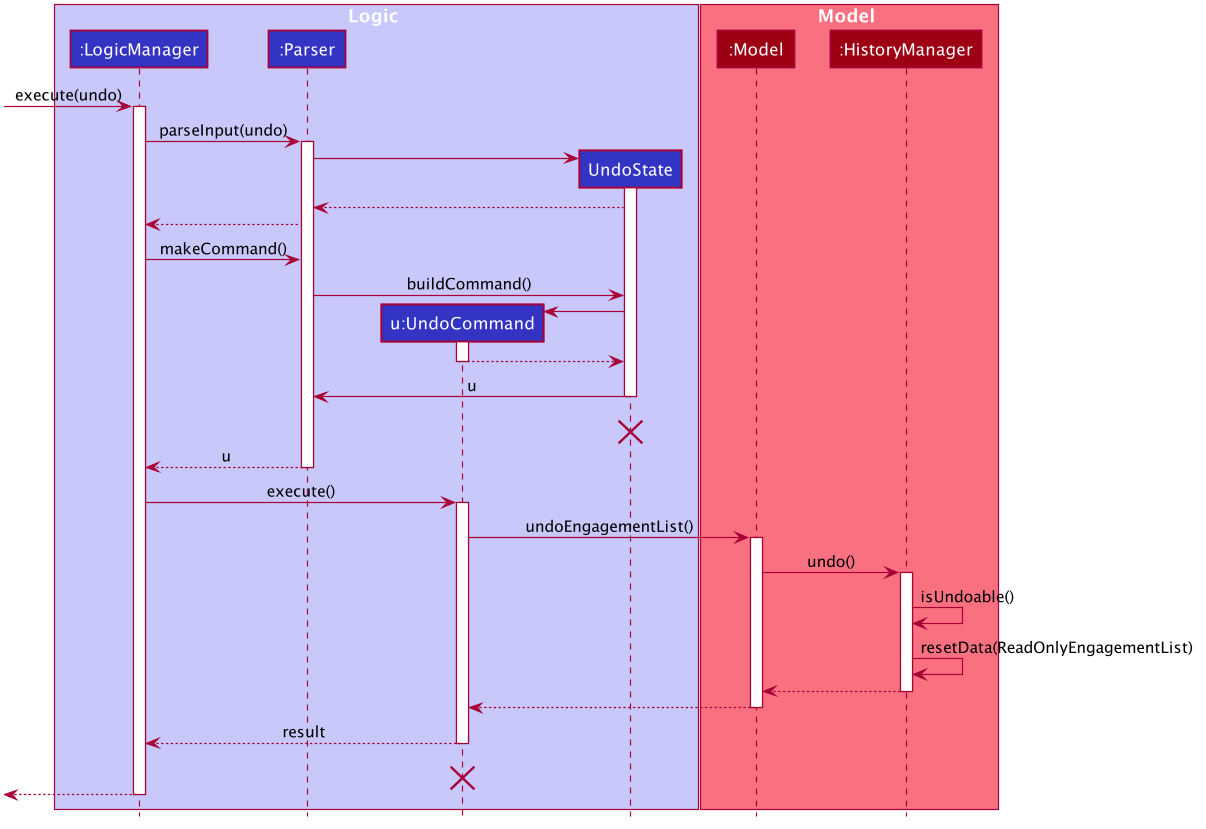
The PlantUML diagram docs/images/UndoSequenceDiagram.png in nus-cs2103-AY1920S1/addressbook-level3, before a commit.
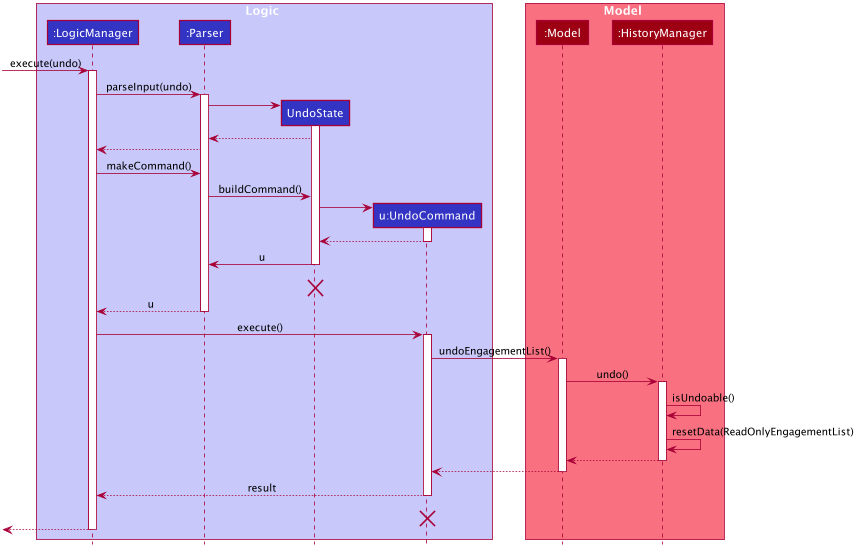
After the commit.

What changed in the source:
```diff
@@ -51,8 +51,8 @@
 box Logic #C8C8FA
 participant ":LogicManager" as LogicManager #3333C4
 participant ":Parser" as Parser #3333C4
+participant "UndoState" as UndoState #3333C4
 participant "u:UndoCommand" as UndoCommand #3333C4
-participant "UndoState" as UndoState #3333C4
 end box
 
 box Model #F97181
```
